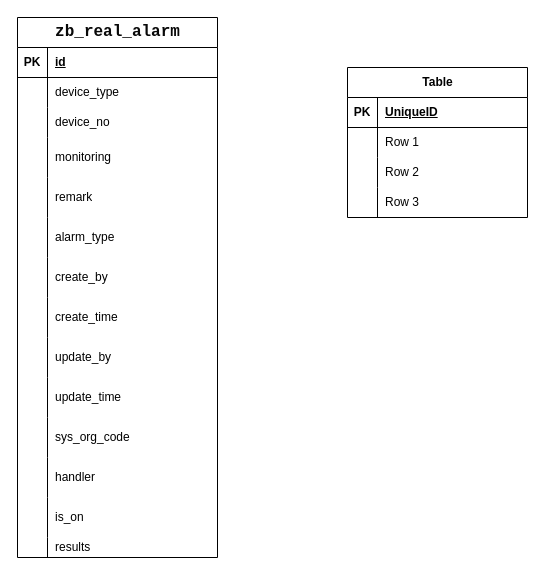
The draw.io diagram 未命名绘图.drawio in zhangchao8818/githubtest, before the edit. Source tidied: cells renumbered, new cells numbered last; positions are measured from the earlier drawing's top-left corner, leaving out a move shared by most shapes. Both pictures are drawn from the tidied source at 100%, with x=0, y=0 at pixel (17, 17).
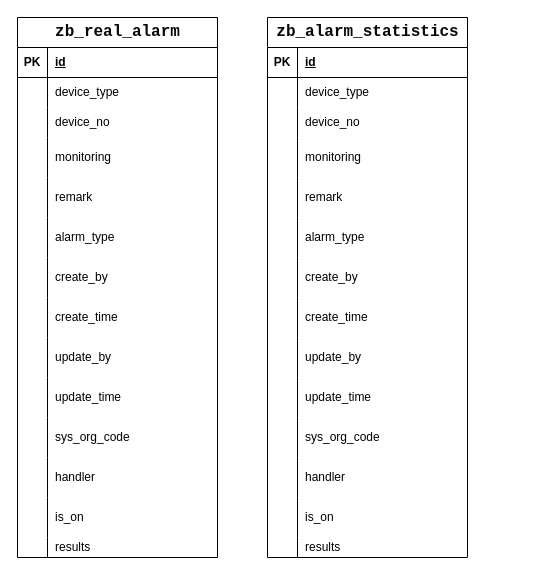
The same page after the edit.

What changed in the source:
```diff
@@
-    <mxCell id="45" value="Table" style="shape=table;startSize=30;childLayout=tableLayout;rowLines=0;fontStyle=1;align=center;html=1;" parent="1" vertex="1">
-      <mxGeometry x="330" y="50" width="180" height="150" as="geometry" />
-    </mxCell>
-    <mxCell id="46" style="shape=tableRow;horizontal=0;startSize=0;swimlaneHead=0;swimlaneBody=0;fillColor=none;top=0;left=0;right=0;bottom=1;" parent="45" vertex="1">
-      <mxGeometry y="30" width="180" height="30" as="geometry" />
-    </mxCell>
+    <mxCell id="58" value="&lt;div style=&quot;background-color: rgb(255, 255, 255); color: rgb(8, 8, 8); font-family: &amp;quot;JetBrains Mono&amp;quot;, monospace; font-size: 12pt;&quot;&gt;zb_alarm_statistics&lt;/div&gt;" style="shape=table;startSize=30;childLayout=tableLayout;rowLines=0;fontStyle=1;align=center;html=1;" parent="1" vertex="1">
+      <mxGeometry x="250" width="200" height="540" as="geometry" />
+    </mxCell>
+    <mxCell id="59" style="shape=tableRow;horizontal=0;startSize=0;swimlaneHead=0;swimlaneBody=0;fillColor=none;top=0;left=0;right=0;bottom=1;" parent="58" vertex="1">
+      <mxGeometry y="30" width="200" height="30" as="geometry" />
+    </mxCell>
-    <mxCell id="47" value="PK" style="shape=partialRectangle;fillColor=none;top=0;left=0;bottom=0;right=0;fontStyle=1;overflow=hidden;whiteSpace=wrap;html=1;" parent="46" vertex="1">
+    <mxCell id="47" value="PK" style="shape=partialRectangle;fillColor=none;top=0;left=0;bottom=0;right=0;fontStyle=1;overflow=hidden;whiteSpace=wrap;html=1;" parent="59" vertex="1">
       <mxGeometry width="30" height="30" as="geometry" />
     </mxCell>
-    <mxCell id="48" value="UniqueID" style="shape=partialRectangle;fillColor=none;top=0;left=0;bottom=0;right=0;align=left;spacingLeft=6;fontStyle=5;overflow=hidden;whiteSpace=wrap;html=1;" parent="46" vertex="1">
-      <mxGeometry x="30" width="150" height="30" as="geometry" />
-    </mxCell>
-    <mxCell id="49" style="shape=tableRow;horizontal=0;startSize=0;swimlaneHead=0;swimlaneBody=0;fillColor=none;top=0;left=0;right=0;bottom=0;" parent="45" vertex="1">
-      <mxGeometry y="60" width="180" height="30" as="geometry" />
-    </mxCell>
-    <mxCell id="50" style="shape=partialRectangle;fillColor=none;top=0;left=0;bottom=0;right=0;overflow=hidden;whiteSpace=wrap;html=1;" parent="49" vertex="1">
-      <mxGeometry width="30" height="30" as="geometry" />
-    </mxCell>
-    <mxCell id="51" value="Row 1" style="shape=partialRectangle;fillColor=none;top=0;left=0;bottom=0;right=0;align=left;spacingLeft=6;overflow=hidden;whiteSpace=wrap;html=1;" parent="49" vertex="1">
-      <mxGeometry x="30" width="150" height="30" as="geometry" />
-    </mxCell>
-    <mxCell id="52" style="shape=tableRow;horizontal=0;startSize=0;swimlaneHead=0;swimlaneBody=0;fillColor=none;top=0;left=0;right=0;bottom=0;" parent="45" vertex="1">
-      <mxGeometry y="90" width="180" height="30" as="geometry" />
-    </mxCell>
-    <mxCell id="53" style="shape=partialRectangle;fillColor=none;top=0;left=0;bottom=0;right=0;overflow=hidden;whiteSpace=wrap;html=1;" parent="52" vertex="1">
-      <mxGeometry width="30" height="30" as="geometry" />
-    </mxCell>
-    <mxCell id="54" value="Row 2" style="shape=partialRectangle;fillColor=none;top=0;left=0;bottom=0;right=0;align=left;spacingLeft=6;overflow=hidden;whiteSpace=wrap;html=1;" parent="52" vertex="1">
-      <mxGeometry x="30" width="150" height="30" as="geometry" />
-    </mxCell>
-    <mxCell id="55" style="shape=tableRow;horizontal=0;startSize=0;swimlaneHead=0;swimlaneBody=0;fillColor=none;top=0;left=0;right=0;bottom=0;" parent="45" vertex="1">
-      <mxGeometry y="120" width="180" height="30" as="geometry" />
-    </mxCell>
-    <mxCell id="56" style="shape=partialRectangle;fillColor=none;top=0;left=0;bottom=0;right=0;overflow=hidden;whiteSpace=wrap;html=1;" parent="55" vertex="1">
-      <mxGeometry width="30" height="30" as="geometry" />
-    </mxCell>
-    <mxCell id="57" value="Row 3" style="shape=partialRectangle;fillColor=none;top=0;left=0;bottom=0;right=0;align=left;spacingLeft=6;overflow=hidden;whiteSpace=wrap;html=1;" parent="55" vertex="1">
-      <mxGeometry x="30" width="150" height="30" as="geometry" />
-    </mxCell>
+    <mxCell id="60" value="id" style="shape=partialRectangle;fillColor=none;top=0;left=0;bottom=0;right=0;align=left;spacingLeft=6;fontStyle=5;overflow=hidden;whiteSpace=wrap;html=1;" parent="59" vertex="1">
+      <mxGeometry x="30" width="170" height="30" as="geometry" />
+    </mxCell>
+    <mxCell id="61" style="shape=tableRow;horizontal=0;startSize=0;swimlaneHead=0;swimlaneBody=0;fillColor=none;top=0;left=0;right=0;bottom=0;" parent="58" vertex="1">
+      <mxGeometry y="60" width="200" height="30" as="geometry" />
+    </mxCell>
+    <mxCell id="62" style="shape=partialRectangle;fillColor=none;top=0;left=0;bottom=0;right=0;overflow=hidden;whiteSpace=wrap;html=1;" parent="61" vertex="1">
+      <mxGeometry width="30" height="30" as="geometry" />
+    </mxCell>
+    <mxCell id="63" value="device_type" style="shape=partialRectangle;fillColor=none;top=0;left=0;bottom=0;right=0;align=left;spacingLeft=6;overflow=hidden;whiteSpace=wrap;html=1;" parent="61" vertex="1">
+      <mxGeometry x="30" width="170" height="30" as="geometry" />
+    </mxCell>
+    <mxCell id="64" style="shape=tableRow;horizontal=0;startSize=0;swimlaneHead=0;swimlaneBody=0;fillColor=none;top=0;left=0;right=0;bottom=0;" parent="58" vertex="1">
+      <mxGeometry y="90" width="200" height="30" as="geometry" />
+    </mxCell>
+    <mxCell id="65" style="shape=partialRectangle;fillColor=none;top=0;left=0;bottom=0;right=0;overflow=hidden;whiteSpace=wrap;html=1;" parent="64" vertex="1">
+      <mxGeometry width="30" height="30" as="geometry" />
+    </mxCell>
+    <mxCell id="66" value="device_no" style="shape=partialRectangle;fillColor=none;top=0;left=0;bottom=0;right=0;align=left;spacingLeft=6;overflow=hidden;whiteSpace=wrap;html=1;" parent="64" vertex="1">
+      <mxGeometry x="30" width="170" height="30" as="geometry" />
+    </mxCell>
+    <mxCell id="67" style="shape=tableRow;horizontal=0;startSize=0;swimlaneHead=0;swimlaneBody=0;fillColor=none;top=0;left=0;right=0;bottom=0;" parent="58" vertex="1">
+      <mxGeometry y="120" width="200" height="40" as="geometry" />
+    </mxCell>
+    <mxCell id="68" style="shape=partialRectangle;fillColor=none;top=0;left=0;bottom=0;right=0;overflow=hidden;whiteSpace=wrap;html=1;" parent="67" vertex="1">
+      <mxGeometry width="30" height="40" as="geometry" />
+    </mxCell>
+    <mxCell id="69" value="monitoring" style="shape=partialRectangle;fillColor=none;top=0;left=0;bottom=0;right=0;align=left;spacingLeft=6;overflow=hidden;whiteSpace=wrap;html=1;" parent="67" vertex="1">
+      <mxGeometry x="30" width="170" height="40" as="geometry" />
+    </mxCell>
+    <mxCell id="70" style="shape=tableRow;horizontal=0;startSize=0;swimlaneHead=0;swimlaneBody=0;fillColor=none;top=0;left=0;right=0;bottom=0;" parent="58" vertex="1">
+      <mxGeometry y="160" width="200" height="40" as="geometry" />
+    </mxCell>
+    <mxCell id="71" style="shape=partialRectangle;fillColor=none;top=0;left=0;bottom=0;right=0;overflow=hidden;whiteSpace=wrap;html=1;" parent="70" vertex="1">
+      <mxGeometry width="30" height="40" as="geometry" />
+    </mxCell>
+    <mxCell id="72" value="remark" style="shape=partialRectangle;fillColor=none;top=0;left=0;bottom=0;right=0;align=left;spacingLeft=6;overflow=hidden;whiteSpace=wrap;html=1;" parent="70" vertex="1">
+      <mxGeometry x="30" width="170" height="40" as="geometry" />
+    </mxCell>
+    <mxCell id="73" style="shape=tableRow;horizontal=0;startSize=0;swimlaneHead=0;swimlaneBody=0;fillColor=none;top=0;left=0;right=0;bottom=0;" parent="58" vertex="1">
+      <mxGeometry y="200" width="200" height="40" as="geometry" />
+    </mxCell>
+    <mxCell id="74" style="shape=partialRectangle;fillColor=none;top=0;left=0;bottom=0;right=0;overflow=hidden;whiteSpace=wrap;html=1;" parent="73" vertex="1">
+      <mxGeometry width="30" height="40" as="geometry" />
+    </mxCell>
+    <mxCell id="75" value="alarm_type" style="shape=partialRectangle;fillColor=none;top=0;left=0;bottom=0;right=0;align=left;spacingLeft=6;overflow=hidden;whiteSpace=wrap;html=1;" parent="73" vertex="1">
+      <mxGeometry x="30" width="170" height="40" as="geometry" />
+    </mxCell>
+    <mxCell id="76" style="shape=tableRow;horizontal=0;startSize=0;swimlaneHead=0;swimlaneBody=0;fillColor=none;top=0;left=0;right=0;bottom=0;" parent="58" vertex="1">
+      <mxGeometry y="240" width="200" height="40" as="geometry" />
+    </mxCell>
+    <mxCell id="77" style="shape=partialRectangle;fillColor=none;top=0;left=0;bottom=0;right=0;overflow=hidden;whiteSpace=wrap;html=1;" parent="76" vertex="1">
+      <mxGeometry width="30" height="40" as="geometry" />
+    </mxCell>
+    <mxCell id="78" value="create_by" style="shape=partialRectangle;fillColor=none;top=0;left=0;bottom=0;right=0;align=left;spacingLeft=6;overflow=hidden;whiteSpace=wrap;html=1;" parent="76" vertex="1">
+      <mxGeometry x="30" width="170" height="40" as="geometry" />
+    </mxCell>
+    <mxCell id="79" style="shape=tableRow;horizontal=0;startSize=0;swimlaneHead=0;swimlaneBody=0;fillColor=none;top=0;left=0;right=0;bottom=0;" parent="58" vertex="1">
+      <mxGeometry y="280" width="200" height="40" as="geometry" />
+    </mxCell>
+    <mxCell id="80" style="shape=partialRectangle;fillColor=none;top=0;left=0;bottom=0;right=0;overflow=hidden;whiteSpace=wrap;html=1;" parent="79" vertex="1">
+      <mxGeometry width="30" height="40" as="geometry" />
+    </mxCell>
+    <mxCell id="81" value="create_time" style="shape=partialRectangle;fillColor=none;top=0;left=0;bottom=0;right=0;align=left;spacingLeft=6;overflow=hidden;whiteSpace=wrap;html=1;" parent="79" vertex="1">
+      <mxGeometry x="30" width="170" height="40" as="geometry" />
+    </mxCell>
+    <mxCell id="82" style="shape=tableRow;horizontal=0;startSize=0;swimlaneHead=0;swimlaneBody=0;fillColor=none;top=0;left=0;right=0;bottom=0;" parent="58" vertex="1">
+      <mxGeometry y="320" width="200" height="40" as="geometry" />
+    </mxCell>
+    <mxCell id="83" style="shape=partialRectangle;fillColor=none;top=0;left=0;bottom=0;right=0;overflow=hidden;whiteSpace=wrap;html=1;" parent="82" vertex="1">
+      <mxGeometry width="30" height="40" as="geometry" />
+    </mxCell>
+    <mxCell id="84" value="update_by" style="shape=partialRectangle;fillColor=none;top=0;left=0;bottom=0;right=0;align=left;spacingLeft=6;overflow=hidden;whiteSpace=wrap;html=1;" parent="82" vertex="1">
+      <mxGeometry x="30" width="170" height="40" as="geometry" />
+    </mxCell>
+    <mxCell id="85" style="shape=tableRow;horizontal=0;startSize=0;swimlaneHead=0;swimlaneBody=0;fillColor=none;top=0;left=0;right=0;bottom=0;" parent="58" vertex="1">
+      <mxGeometry y="360" width="200" height="40" as="geometry" />
+    </mxCell>
+    <mxCell id="86" style="shape=partialRectangle;fillColor=none;top=0;left=0;bottom=0;right=0;overflow=hidden;whiteSpace=wrap;html=1;" parent="85" vertex="1">
+      <mxGeometry width="30" height="40" as="geometry" />
+    </mxCell>
+    <mxCell id="87" value="update_time" style="shape=partialRectangle;fillColor=none;top=0;left=0;bottom=0;right=0;align=left;spacingLeft=6;overflow=hidden;whiteSpace=wrap;html=1;" parent="85" vertex="1">
+      <mxGeometry x="30" width="170" height="40" as="geometry" />
+    </mxCell>
+    <mxCell id="88" style="shape=tableRow;horizontal=0;startSize=0;swimlaneHead=0;swimlaneBody=0;fillColor=none;top=0;left=0;right=0;bottom=0;" parent="58" vertex="1">
+      <mxGeometry y="400" width="200" height="40" as="geometry" />
+    </mxCell>
+    <mxCell id="89" style="shape=partialRectangle;fillColor=none;top=0;left=0;bottom=0;right=0;overflow=hidden;whiteSpace=wrap;html=1;" parent="88" vertex="1">
+      <mxGeometry width="30" height="40" as="geometry" />
+    </mxCell>
+    <mxCell id="90" value="sys_org_code" style="shape=partialRectangle;fillColor=none;top=0;left=0;bottom=0;right=0;align=left;spacingLeft=6;overflow=hidden;whiteSpace=wrap;html=1;" parent="88" vertex="1">
+      <mxGeometry x="30" width="170" height="40" as="geometry" />
+    </mxCell>
+    <mxCell id="91" style="shape=tableRow;horizontal=0;startSize=0;swimlaneHead=0;swimlaneBody=0;fillColor=none;top=0;left=0;right=0;bottom=0;" parent="58" vertex="1">
+      <mxGeometry y="440" width="200" height="40" as="geometry" />
+    </mxCell>
+    <mxCell id="92" style="shape=partialRectangle;fillColor=none;top=0;left=0;bottom=0;right=0;overflow=hidden;whiteSpace=wrap;html=1;" parent="91" vertex="1">
+      <mxGeometry width="30" height="40" as="geometry" />
+    </mxCell>
+    <mxCell id="93" value="handler" style="shape=partialRectangle;fillColor=none;top=0;left=0;bottom=0;right=0;align=left;spacingLeft=6;overflow=hidden;whiteSpace=wrap;html=1;" parent="91" vertex="1">
+      <mxGeometry x="30" width="170" height="40" as="geometry" />
+    </mxCell>
+    <mxCell id="94" style="shape=tableRow;horizontal=0;startSize=0;swimlaneHead=0;swimlaneBody=0;fillColor=none;top=0;left=0;right=0;bottom=0;" parent="58" vertex="1">
+      <mxGeometry y="480" width="200" height="40" as="geometry" />
+    </mxCell>
+    <mxCell id="95" style="shape=partialRectangle;fillColor=none;top=0;left=0;bottom=0;right=0;overflow=hidden;whiteSpace=wrap;html=1;" parent="94" vertex="1">
+      <mxGeometry width="30" height="40" as="geometry" />
+    </mxCell>
+    <mxCell id="96" value="is_on" style="shape=partialRectangle;fillColor=none;top=0;left=0;bottom=0;right=0;align=left;spacingLeft=6;overflow=hidden;whiteSpace=wrap;html=1;" parent="94" vertex="1">
+      <mxGeometry x="30" width="170" height="40" as="geometry" />
+    </mxCell>
+    <mxCell id="97" style="shape=tableRow;horizontal=0;startSize=0;swimlaneHead=0;swimlaneBody=0;fillColor=none;top=0;left=0;right=0;bottom=0;" parent="58" vertex="1">
+      <mxGeometry y="520" width="200" height="20" as="geometry" />
+    </mxCell>
+    <mxCell id="98" style="shape=partialRectangle;fillColor=none;top=0;left=0;bottom=0;right=0;overflow=hidden;whiteSpace=wrap;html=1;" parent="97" vertex="1">
+      <mxGeometry width="30" height="20" as="geometry" />
+    </mxCell>
+    <mxCell id="99" value="results" style="shape=partialRectangle;fillColor=none;top=0;left=0;bottom=0;right=0;align=left;spacingLeft=6;overflow=hidden;whiteSpace=wrap;html=1;" parent="97" vertex="1">
+      <mxGeometry x="30" width="170" height="20" as="geometry" />
+    </mxCell>
```
